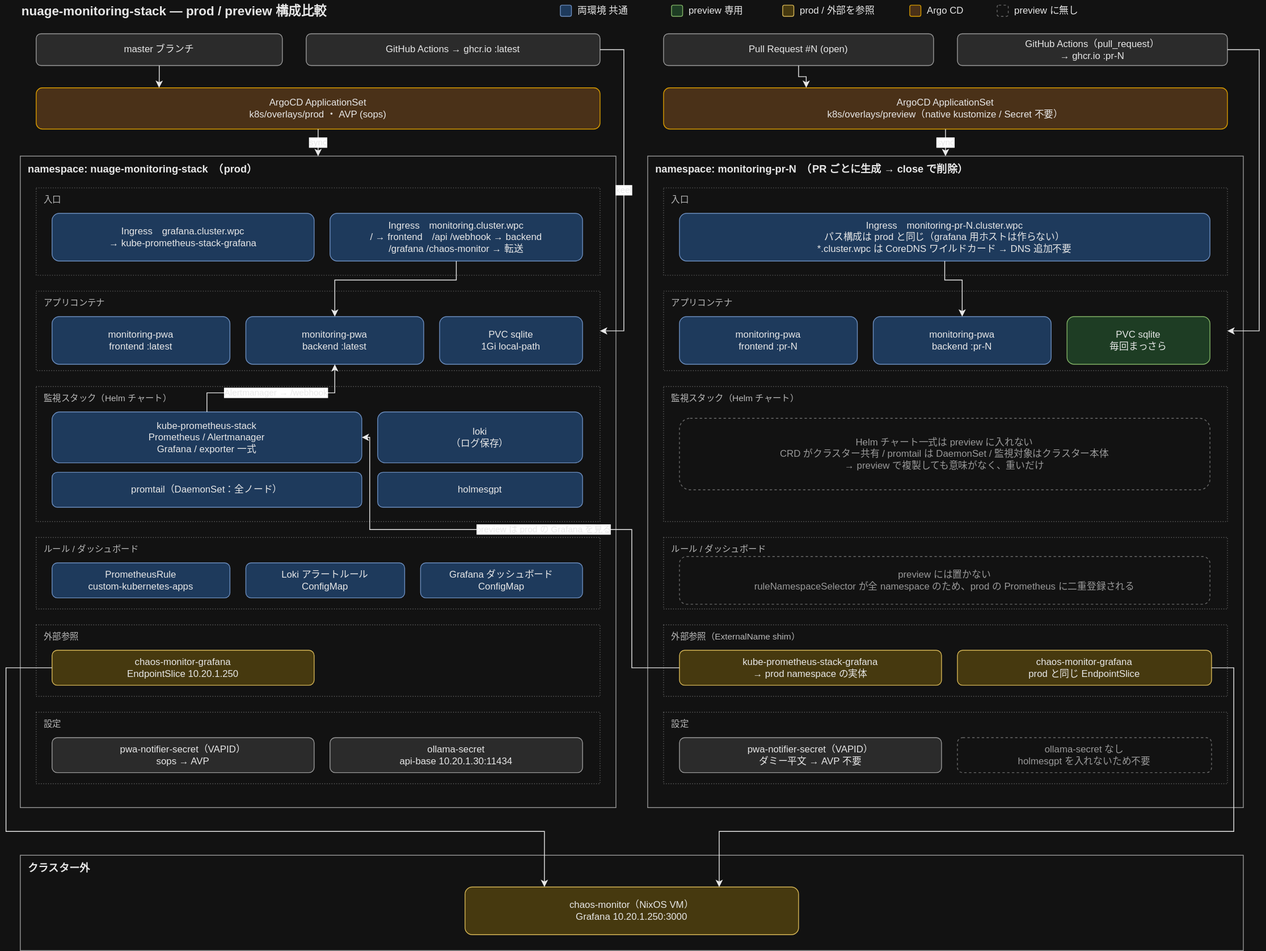
k-wa-wa/nuage-monitoring-stack keeps this draw.io diagram as k8s/overlays/preview/preview-vs-prod.drawio.svg. Above is the earlier version. Source tidied: cells renumbered, new cells last; positions are measured from the earlier drawing's top-left corner, leaving out a move shared by most shapes.
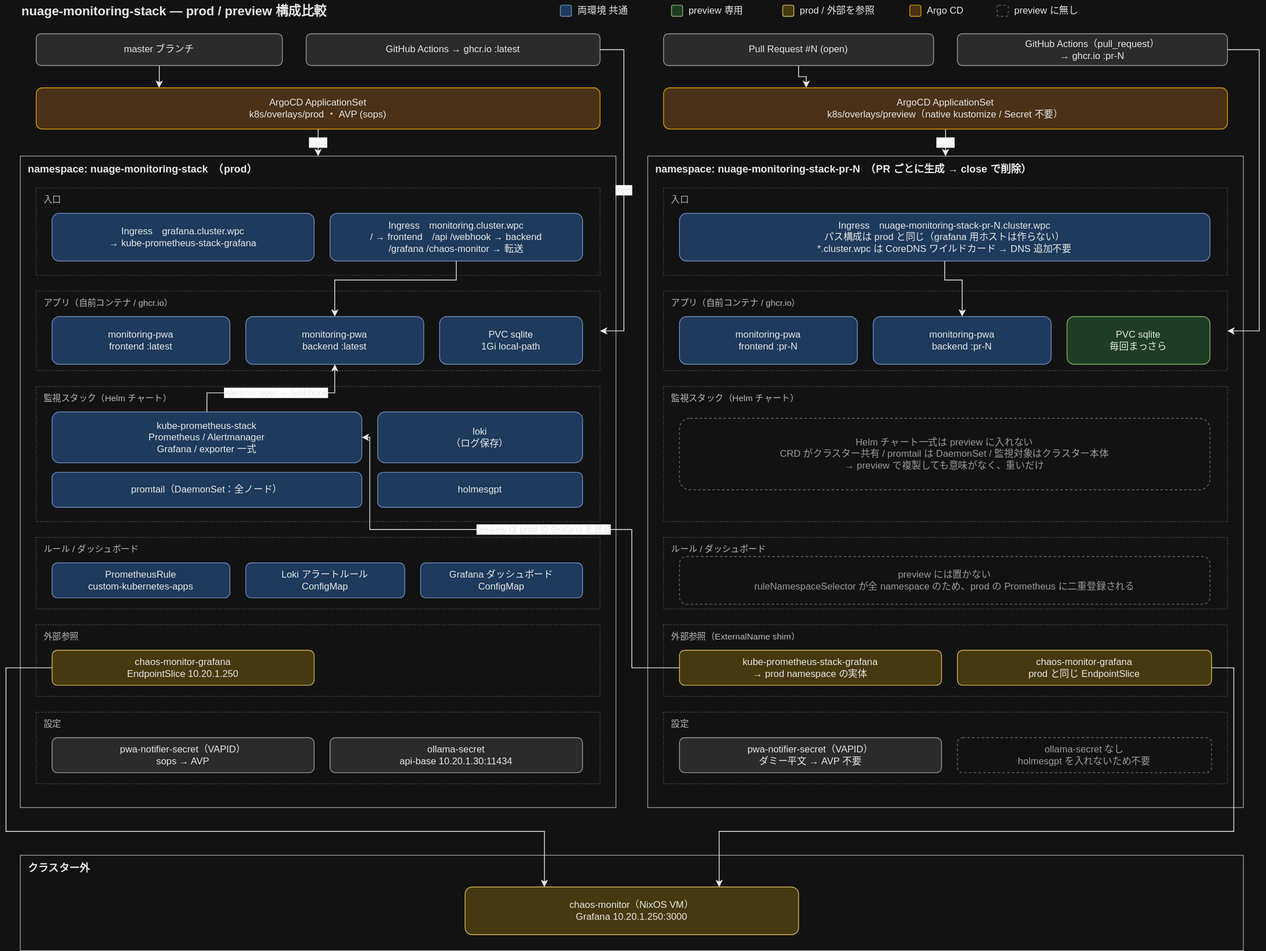
Later version of the same file.

What changed in the source:
```diff
@@ -56,7 +56,7 @@
     <mxCell id="19" value="namespace: nuage-monitoring-stack　（prod）" style="rounded=0;whiteSpace=wrap;html=1;verticalAlign=top;align=left;spacingLeft=8;spacingTop=2;fontSize=13;fillColor=none;strokeColor=#999999;fontColor=#e8e8e8;fontStyle=1;" parent="1" vertex="1">
       <mxGeometry x="18" y="196" width="750" height="820" as="geometry" />
     </mxCell>
-    <mxCell id="20" value="namespace: monitoring-pr-N　（PR ごとに生成 → close で削除）" style="rounded=0;whiteSpace=wrap;html=1;verticalAlign=top;align=left;spacingLeft=8;spacingTop=2;fontSize=13;fillColor=none;strokeColor=#999999;fontColor=#e8e8e8;fontStyle=1;" parent="1" vertex="1">
+    <mxCell id="20" value="namespace: nuage-monitoring-stack-pr-N　（PR ごとに生成 → close で削除）" style="rounded=0;whiteSpace=wrap;html=1;verticalAlign=top;align=left;spacingLeft=8;spacingTop=2;fontSize=13;fillColor=none;strokeColor=#999999;fontColor=#e8e8e8;fontStyle=1;" parent="1" vertex="1">
       <mxGeometry x="808" y="196" width="750" height="820" as="geometry" />
     </mxCell>
     <mxCell id="21" value="入口" style="rounded=0;whiteSpace=wrap;html=1;verticalAlign=top;align=left;spacingLeft=8;spacingTop=2;fontSize=11;fillColor=none;strokeColor=#5f5f5f;fontColor=#b9b9b9;dashed=1;dashPattern=1 2;" parent="1" vertex="1">
@@ -71,10 +71,10 @@
     <mxCell id="24" value="入口" style="rounded=0;whiteSpace=wrap;html=1;verticalAlign=top;align=left;spacingLeft=8;spacingTop=2;fontSize=11;fillColor=none;strokeColor=#5f5f5f;fontColor=#b9b9b9;dashed=1;dashPattern=1 2;" parent="1" vertex="1">
       <mxGeometry x="828" y="236" width="710" height="110" as="geometry" />
     </mxCell>
-    <mxCell id="25" value="Ingress　monitoring-pr-N.cluster.wpc&lt;br&gt;パス構成は prod と同じ（grafana 用ホストは作らない）&lt;br&gt;*.cluster.wpc は CoreDNS ワイルドカード → DNS 追加不要" style="rounded=1;whiteSpace=wrap;html=1;fontSize=12;fillColor=#1e3a5c;strokeColor=#6c8ebf;fontColor=#e8e8e8;" parent="1" vertex="1">
+    <mxCell id="25" value="Ingress　nuage-monitoring-stack-pr-N.cluster.wpc&lt;br&gt;パス構成は prod と同じ（grafana 用ホストは作らない）&lt;br&gt;*.cluster.wpc は CoreDNS ワイルドカード → DNS 追加不要" style="rounded=1;whiteSpace=wrap;html=1;fontSize=12;fillColor=#1e3a5c;strokeColor=#6c8ebf;fontColor=#e8e8e8;" parent="1" vertex="1">
       <mxGeometry x="848" y="268" width="668" height="60" as="geometry" />
     </mxCell>
-    <mxCell id="26" value="アプリコンテナ" style="rounded=0;whiteSpace=wrap;html=1;verticalAlign=top;align=left;spacingLeft=8;spacingTop=2;fontSize=11;fillColor=none;strokeColor=#5f5f5f;fontColor=#b9b9b9;dashed=1;dashPattern=1 2;" parent="1" vertex="1">
+    <mxCell id="26" value="アプリ（自前コンテナ / ghcr.io）" style="rounded=0;whiteSpace=wrap;html=1;verticalAlign=top;align=left;spacingLeft=8;spacingTop=2;fontSize=11;fillColor=none;strokeColor=#5f5f5f;fontColor=#b9b9b9;dashed=1;dashPattern=1 2;" parent="1" vertex="1">
       <mxGeometry x="38" y="366" width="710" height="100" as="geometry" />
     </mxCell>
     <mxCell id="27" value="monitoring-pwa&lt;br&gt;frontend  :latest" style="rounded=1;whiteSpace=wrap;html=1;fontSize=12;fillColor=#1e3a5c;strokeColor=#6c8ebf;fontColor=#e8e8e8;" parent="1" vertex="1">
@@ -83,7 +83,7 @@
     <mxCell id="28" value="monitoring-pwa&lt;br&gt;backend  :latest" style="rounded=1;whiteSpace=wrap;html=1;fontSize=12;fillColor=#1e3a5c;strokeColor=#6c8ebf;fontColor=#e8e8e8;" parent="1" vertex="1">
       <mxGeometry x="302" y="398" width="224" height="60" as="geometry" />
     </mxCell>
-    <mxCell id="29" value="アプリコンテナ" style="rounded=0;whiteSpace=wrap;html=1;verticalAlign=top;align=left;spacingLeft=8;spacingTop=2;fontSize=11;fillColor=none;strokeColor=#5f5f5f;fontColor=#b9b9b9;dashed=1;dashPattern=1 2;" parent="1" vertex="1">
+    <mxCell id="29" value="アプリ（自前コンテナ / ghcr.io）" style="rounded=0;whiteSpace=wrap;html=1;verticalAlign=top;align=left;spacingLeft=8;spacingTop=2;fontSize=11;fillColor=none;strokeColor=#5f5f5f;fontColor=#b9b9b9;dashed=1;dashPattern=1 2;" parent="1" vertex="1">
       <mxGeometry x="828" y="366" width="710" height="100" as="geometry" />
     </mxCell>
     <mxCell id="30" value="monitoring-pwa&lt;br&gt;frontend  :pr-N" style="rounded=1;whiteSpace=wrap;html=1;fontSize=12;fillColor=#1e3a5c;strokeColor=#6c8ebf;fontColor=#e8e8e8;" parent="1" vertex="1">
```
